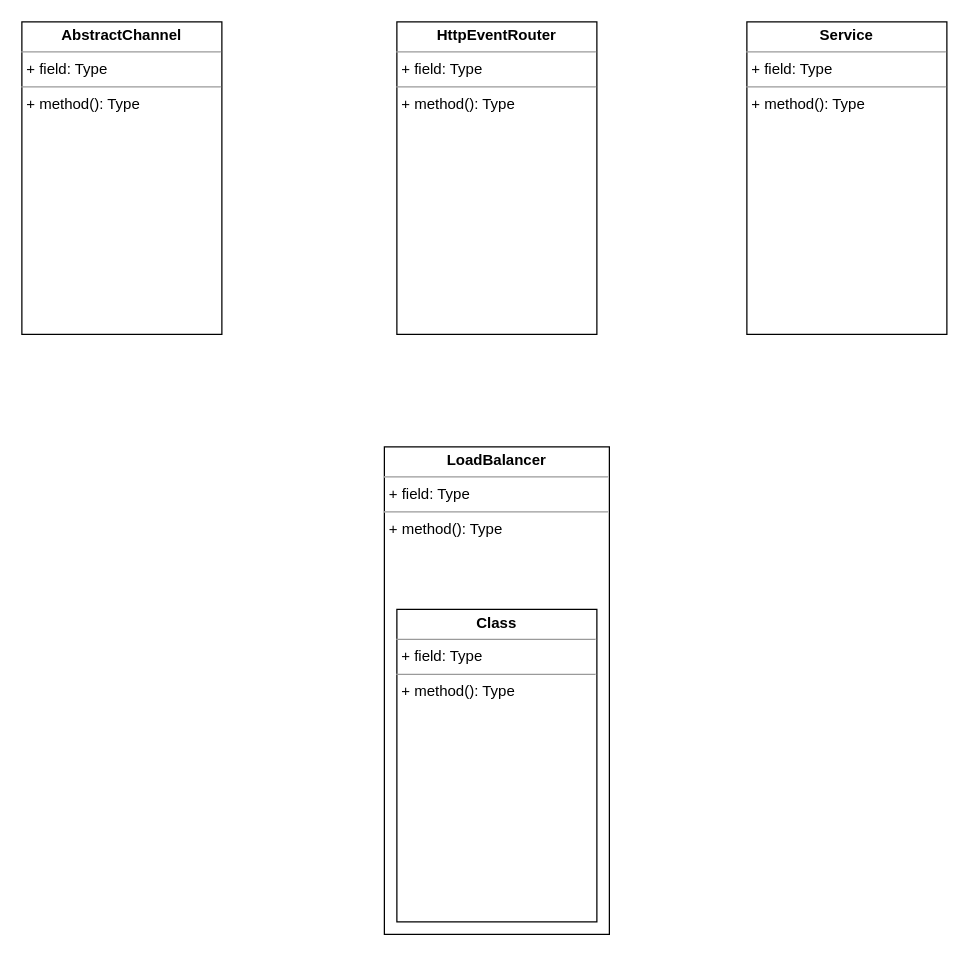
Earlier version of the draw.io diagram Untitled Diagram.drawio (pjomcsJAVA/draw.io-HttpEventRouter). Source tidied: cells renumbered, new cells numbered last; positions are measured from the earlier drawing's top-left corner, leaving out a move shared by most shapes. Both pictures are drawn from the tidied source at 125%, with x=0, y=0 at pixel (21, 21).
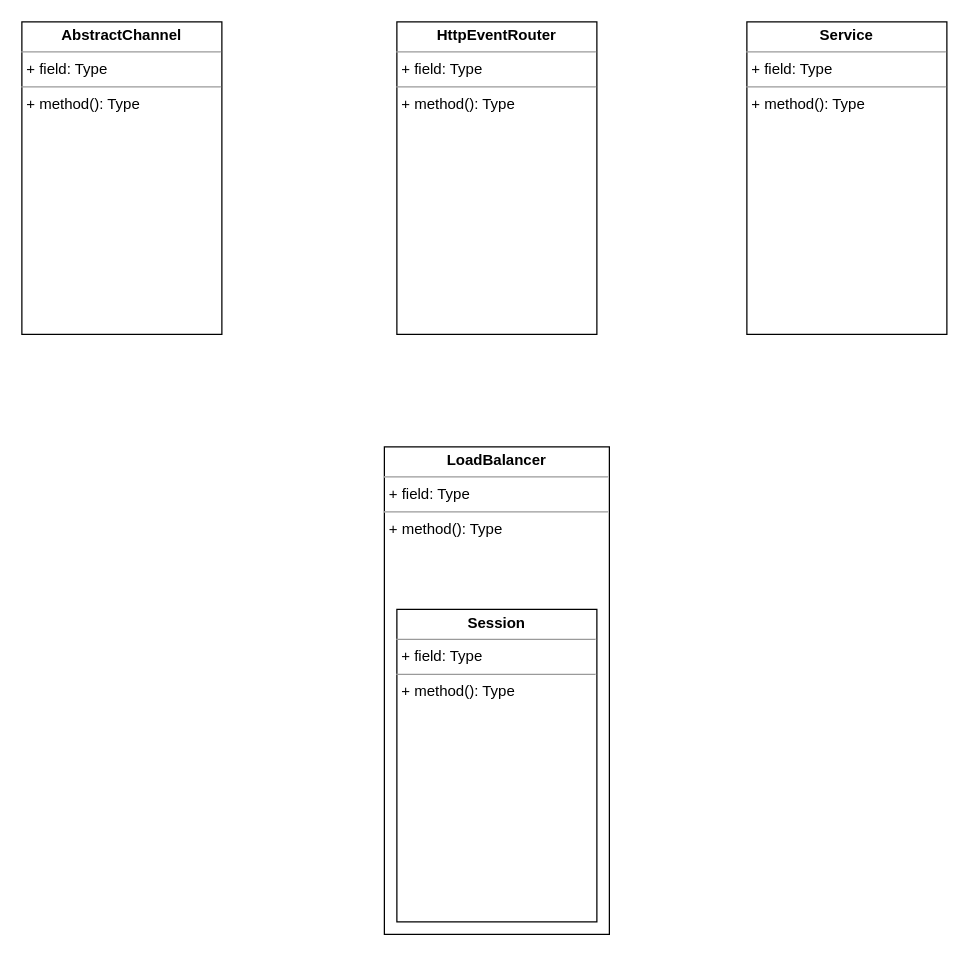
After the change.

Change to the diagram source:
```diff
@@
 <mxGraphModel>
   <root>
     <mxCell id="0" />
     <mxCell id="1" parent="0" />
     <mxCell id="2" value="&lt;p style=&quot;margin: 0px ; margin-top: 4px ; text-align: center&quot;&gt;&lt;b&gt;AbstractChannel&lt;/b&gt;&lt;/p&gt;&lt;hr size=&quot;1&quot;&gt;&lt;p style=&quot;margin: 0px ; margin-left: 4px&quot;&gt;+ field: Type&lt;/p&gt;&lt;hr size=&quot;1&quot;&gt;&lt;p style=&quot;margin: 0px ; margin-left: 4px&quot;&gt;+ method(): Type&lt;/p&gt;" style="verticalAlign=top;align=left;overflow=fill;fontSize=12;fontFamily=Helvetica;html=1;" parent="1" vertex="1">
       <mxGeometry width="160" height="250" as="geometry" />
     </mxCell>
     <mxCell id="3" value="&lt;p style=&quot;margin: 0px ; margin-top: 4px ; text-align: center&quot;&gt;&lt;b&gt;LoadBalancer&lt;/b&gt;&lt;/p&gt;&lt;hr size=&quot;1&quot;&gt;&lt;p style=&quot;margin: 0px ; margin-left: 4px&quot;&gt;+ field: Type&lt;/p&gt;&lt;hr size=&quot;1&quot;&gt;&lt;p style=&quot;margin: 0px ; margin-left: 4px&quot;&gt;+ method(): Type&lt;/p&gt;" style="verticalAlign=top;align=left;overflow=fill;fontSize=12;fontFamily=Helvetica;html=1;" parent="1" vertex="1">
       <mxGeometry x="290" y="340" width="180" height="390" as="geometry" />
     </mxCell>
     <mxCell id="4" value="&lt;p style=&quot;margin: 0px ; margin-top: 4px ; text-align: center&quot;&gt;&lt;b&gt;HttpEventRouter&lt;/b&gt;&lt;/p&gt;&lt;hr size=&quot;1&quot;&gt;&lt;p style=&quot;margin: 0px ; margin-left: 4px&quot;&gt;+ field: Type&lt;/p&gt;&lt;hr size=&quot;1&quot;&gt;&lt;p style=&quot;margin: 0px ; margin-left: 4px&quot;&gt;+ method(): Type&lt;/p&gt;" style="verticalAlign=top;align=left;overflow=fill;fontSize=12;fontFamily=Helvetica;html=1;" parent="1" vertex="1">
       <mxGeometry x="300" width="160" height="250" as="geometry" />
     </mxCell>
     <mxCell id="5" value="&lt;p style=&quot;margin: 0px ; margin-top: 4px ; text-align: center&quot;&gt;&lt;b&gt;Service&lt;/b&gt;&lt;/p&gt;&lt;hr size=&quot;1&quot;&gt;&lt;p style=&quot;margin: 0px ; margin-left: 4px&quot;&gt;+ field: Type&lt;/p&gt;&lt;hr size=&quot;1&quot;&gt;&lt;p style=&quot;margin: 0px ; margin-left: 4px&quot;&gt;+ method(): Type&lt;/p&gt;" style="verticalAlign=top;align=left;overflow=fill;fontSize=12;fontFamily=Helvetica;html=1;" parent="1" vertex="1">
       <mxGeometry x="580" width="160" height="250" as="geometry" />
     </mxCell>
-    <mxCell id="6" value="&lt;p style=&quot;margin:0px;margin-top:4px;text-align:center;&quot;&gt;&lt;b&gt;Class&lt;/b&gt;&lt;/p&gt;&lt;hr size=&quot;1&quot;/&gt;&lt;p style=&quot;margin:0px;margin-left:4px;&quot;&gt;+ field: Type&lt;/p&gt;&lt;hr size=&quot;1&quot;/&gt;&lt;p style=&quot;margin:0px;margin-left:4px;&quot;&gt;+ method(): Type&lt;/p&gt;" style="verticalAlign=top;align=left;overflow=fill;fontSize=12;fontFamily=Helvetica;html=1;" parent="1" vertex="1">
+    <mxCell id="6" value="&lt;p style=&quot;margin: 0px ; margin-top: 4px ; text-align: center&quot;&gt;&lt;b&gt;Session&lt;/b&gt;&lt;/p&gt;&lt;hr size=&quot;1&quot;&gt;&lt;p style=&quot;margin: 0px ; margin-left: 4px&quot;&gt;+ field: Type&lt;/p&gt;&lt;hr size=&quot;1&quot;&gt;&lt;p style=&quot;margin: 0px ; margin-left: 4px&quot;&gt;+ method(): Type&lt;/p&gt;" style="verticalAlign=top;align=left;overflow=fill;fontSize=12;fontFamily=Helvetica;html=1;" parent="1" vertex="1">
       <mxGeometry x="300" y="470" width="160" height="250" as="geometry" />
     </mxCell>
   </root>
 </mxGraphModel>
```
